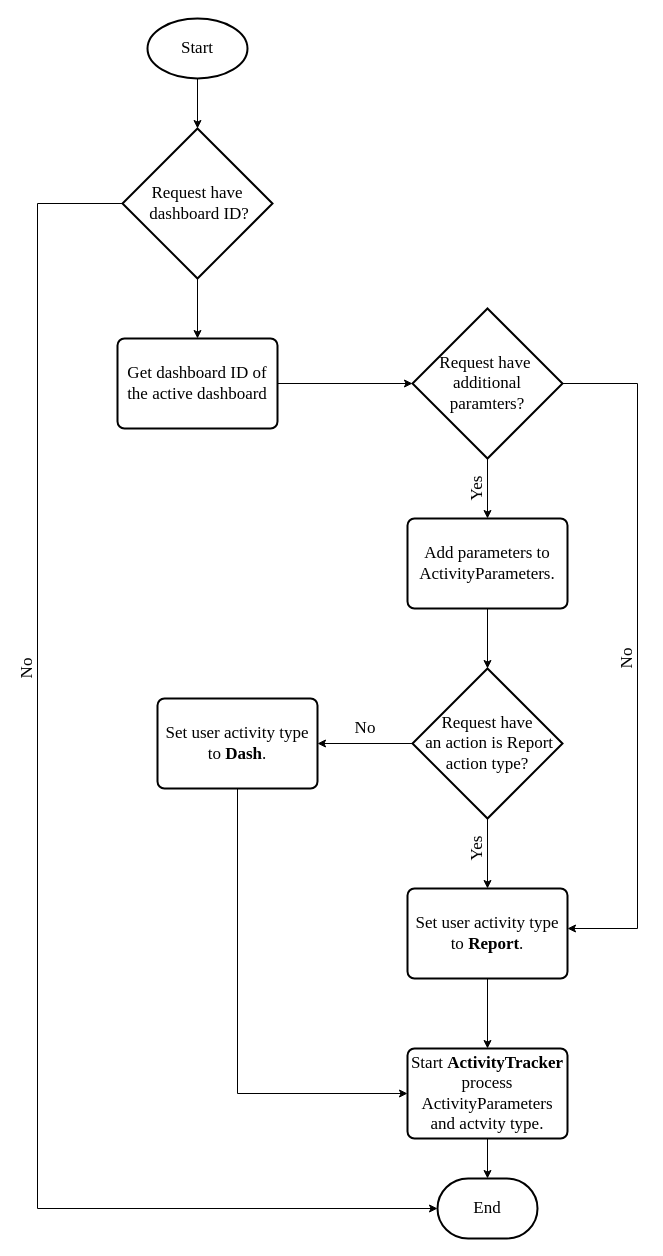
This is Images/Chapter2/Dash_PHP_Flow/Dash_PHP_Flow.drawio from CorrieScheepers/Masters, a draw.io file, before an edit. Source tidied: cells renumbered, new cells numbered last; positions are measured from the earlier drawing's top-left corner, leaving out a move shared by most shapes. Both pictures are drawn from the tidied source at 100%, with x=0, y=0 at pixel (7, 18).
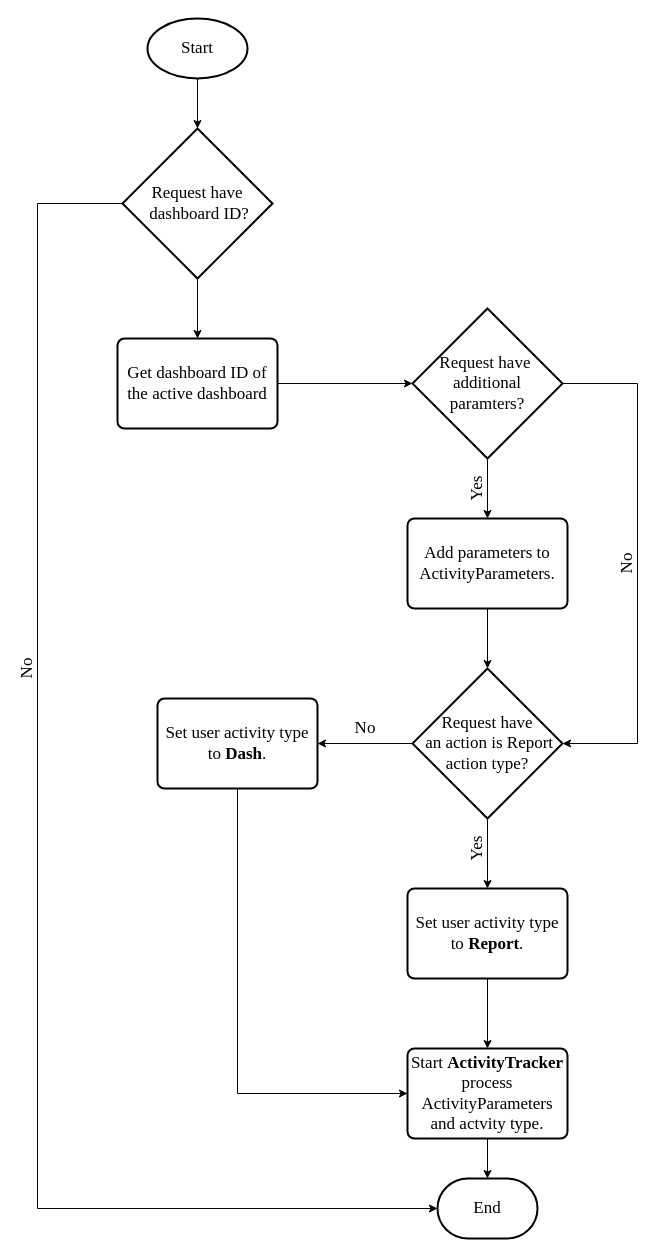
After the change.

Unchanged cells that the change refers to:
```xml
<mxCell id="8" value="Request have&amp;nbsp;&lt;br style=&quot;font-size: 17px&quot;&gt;additional&lt;br&gt;paramters?" style="strokeWidth=2;html=1;shape=mxgraph.flowchart.decision;whiteSpace=wrap;fontFamily=Times New Roman;fillColor=none;fontSize=17;" parent="1" vertex="1">
  <mxGeometry x="405" y="290" width="150" height="150" as="geometry" />
</mxCell>
<mxCell id="13" value="Request have&lt;br style=&quot;font-size: 17px&quot;&gt;&amp;nbsp;an action is Report action type?" style="strokeWidth=2;html=1;shape=mxgraph.flowchart.decision;whiteSpace=wrap;fontFamily=Times New Roman;fillColor=none;fontSize=17;" parent="1" vertex="1">
  <mxGeometry x="405" y="650" width="150" height="150" as="geometry" />
</mxCell>
```

The edit, as a diff of the source:
```diff
@@
-    <mxCell id="7" style="edgeStyle=orthogonalEdgeStyle;rounded=0;jettySize=auto;html=1;exitX=1;exitY=0.5;exitDx=0;exitDy=0;exitPerimeter=0;entryX=1;entryY=0.5;entryDx=0;entryDy=0;fontFamily=Times New Roman;fontSize=17;" parent="1" edge="1" source="8">
+    <mxCell id="7" style="edgeStyle=orthogonalEdgeStyle;rounded=0;jettySize=auto;html=1;exitX=1;exitY=0.5;exitDx=0;exitDy=0;exitPerimeter=0;entryX=1;entryY=0.5;entryDx=0;entryDy=0;fontFamily=Times New Roman;fontSize=17;entryPerimeter=0;" parent="1" edge="1" source="8" target="13">
       <mxGeometry relative="1" as="geometry">
-        <mxPoint x="560" y="910" as="targetPoint" />
         <Array as="points">
           <mxPoint x="630" y="365" />
-          <mxPoint x="630" y="910" />
+          <mxPoint x="630" y="725" />
         </Array>
       </mxGeometry>
     </mxCell>
@@
     <mxCell id="21" value="No" style="text;html=1;strokeColor=none;fillColor=none;align=center;verticalAlign=middle;whiteSpace=wrap;rounded=0;fontFamily=Times New Roman;rotation=-90;fontSize=17;" parent="1" vertex="1">
-      <mxGeometry x="600" y="630" width="40" height="20" as="geometry" />
+      <mxGeometry x="600" y="535" width="40" height="20" as="geometry" />
     </mxCell>
```
